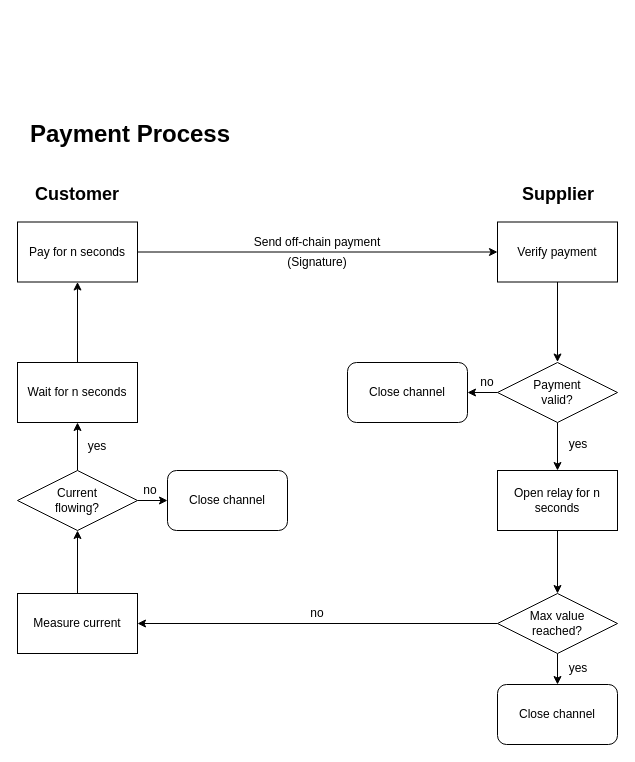
This is page "payment_process" (3 of 4) of flowcharts/Plug-Socket.drawio from gretzke/Blockchain-Based-Smart-Outlet, a draw.io file, before an edit. Source tidied: cells renumbered, new cells numbered last; positions are measured from the earlier drawing's top-left corner, leaving out a move shared by most shapes. Both pictures are drawn from the tidied source at 100%, with x=0, y=0 at pixel (17, 124).
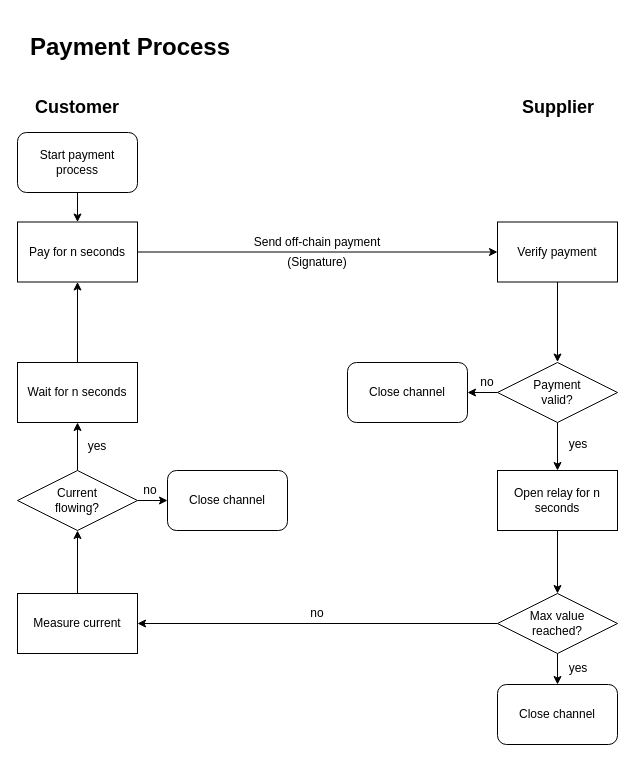
After the change.

Unchanged cells that the change refers to:
```xml
<mxCell id="3" value="Pay for n seconds" style="rounded=0;whiteSpace=wrap;html=1;" parent="1" vertex="1">
  <mxGeometry y="97.5" width="120" height="60" as="geometry" />
</mxCell>
```

Diff of the diagram source:
```diff
@@
     <mxCell id="11" value="&lt;b&gt;&lt;font style=&quot;font-size: 18px&quot;&gt;Customer&lt;/font&gt;&lt;/b&gt;&lt;br&gt;" style="text;html=1;strokeColor=none;fillColor=none;align=center;verticalAlign=middle;whiteSpace=wrap;rounded=0;" parent="1" vertex="1">
-      <mxGeometry x="40" y="60" width="40" height="20" as="geometry" />
+      <mxGeometry x="40" y="-27" width="40" height="20" as="geometry" />
     </mxCell>
     <mxCell id="12" value="&lt;h1&gt;Payment Process&lt;/h1&gt;" style="text;html=1;strokeColor=none;fillColor=none;align=center;verticalAlign=middle;whiteSpace=wrap;rounded=0;" parent="1" vertex="1">
-      <mxGeometry width="226" height="20" as="geometry" />
+      <mxGeometry y="-87" width="226" height="20" as="geometry" />
     </mxCell>
@@
     <mxCell id="34" value="&lt;b&gt;&lt;font style=&quot;font-size: 18px&quot;&gt;Supplier&lt;/font&gt;&lt;/b&gt;&lt;br&gt;" style="text;html=1;strokeColor=none;fillColor=none;align=center;verticalAlign=middle;whiteSpace=wrap;rounded=0;" parent="1" vertex="1">
-      <mxGeometry x="521" y="60" width="40" height="20" as="geometry" />
+      <mxGeometry x="521" y="-27" width="40" height="20" as="geometry" />
     </mxCell>
+    <mxCell id="35" style="edgeStyle=orthogonalEdgeStyle;rounded=0;jettySize=auto;html=1;exitX=0.5;exitY=1;exitDx=0;exitDy=0;entryX=0.5;entryY=0;entryDx=0;entryDy=0;" parent="1" edge="1" source="36" target="3">
+      <mxGeometry relative="1" as="geometry" />
+    </mxCell>
+    <mxCell id="36" value="Start payment process&lt;br&gt;" style="rounded=1;whiteSpace=wrap;html=1;" parent="1" vertex="1">
+      <mxGeometry y="8" width="120" height="60" as="geometry" />
+    </mxCell>
```
